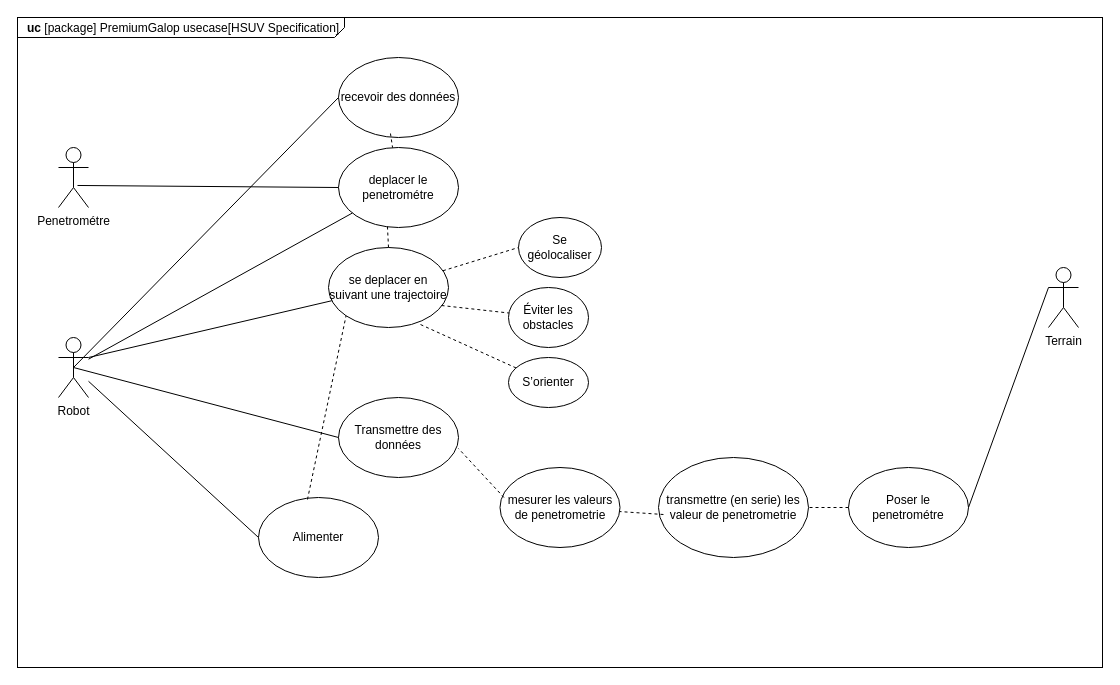
ToGen49/Hippodrome keeps this draw.io diagram as SYSML/UC 5.drawio. Above is the earlier version. Source tidied: cells renumbered, new cells numbered last; positions are measured from the earlier drawing's top-left corner, leaving out a move shared by most shapes. Both pictures are drawn from the tidied source at 100%, with x=0, y=0 at pixel (17, 17).
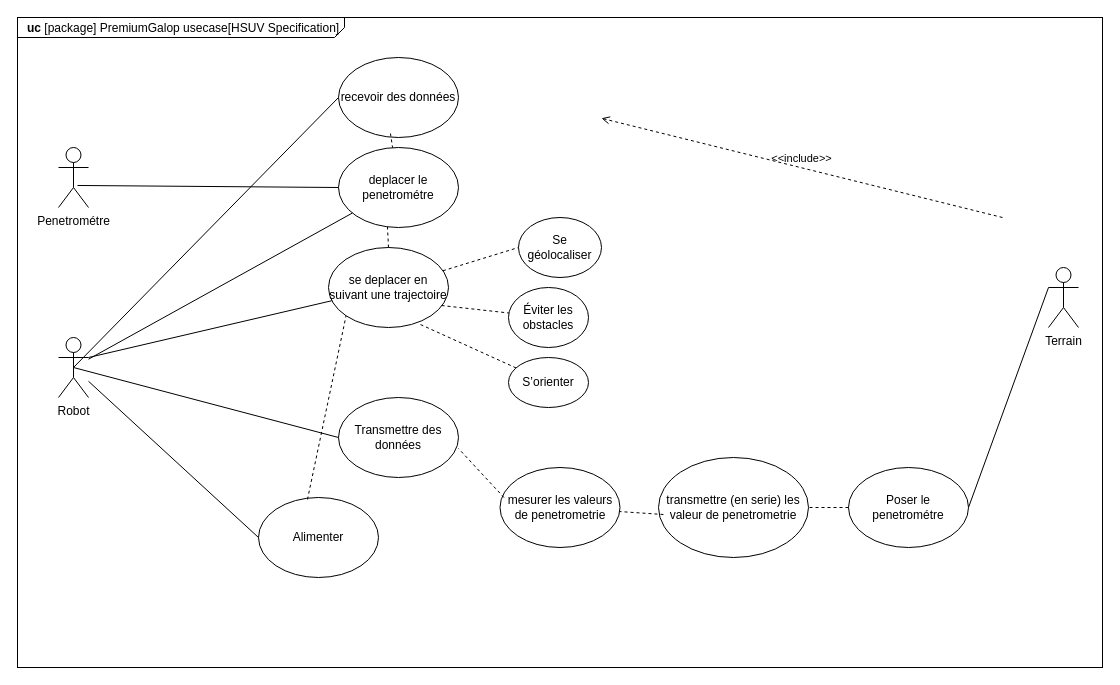
After the change.

Commit message:
Mettre à jour UC 5.drawio

What changed in the source:
```diff
@@
+    <mxCell id="33" value="&amp;lt;&amp;lt;include&amp;gt;&amp;gt;" style="edgeStyle=none;html=1;endArrow=open;verticalAlign=bottom;dashed=1;labelBackgroundColor=none;rounded=0;" parent="1" edge="1">
+      <mxGeometry relative="1" as="geometry">
+        <mxPoint x="985" y="200" as="sourcePoint" />
+        <mxPoint x="584" y="100.8" as="targetPoint" />
+      </mxGeometry>
+    </mxCell>
```
